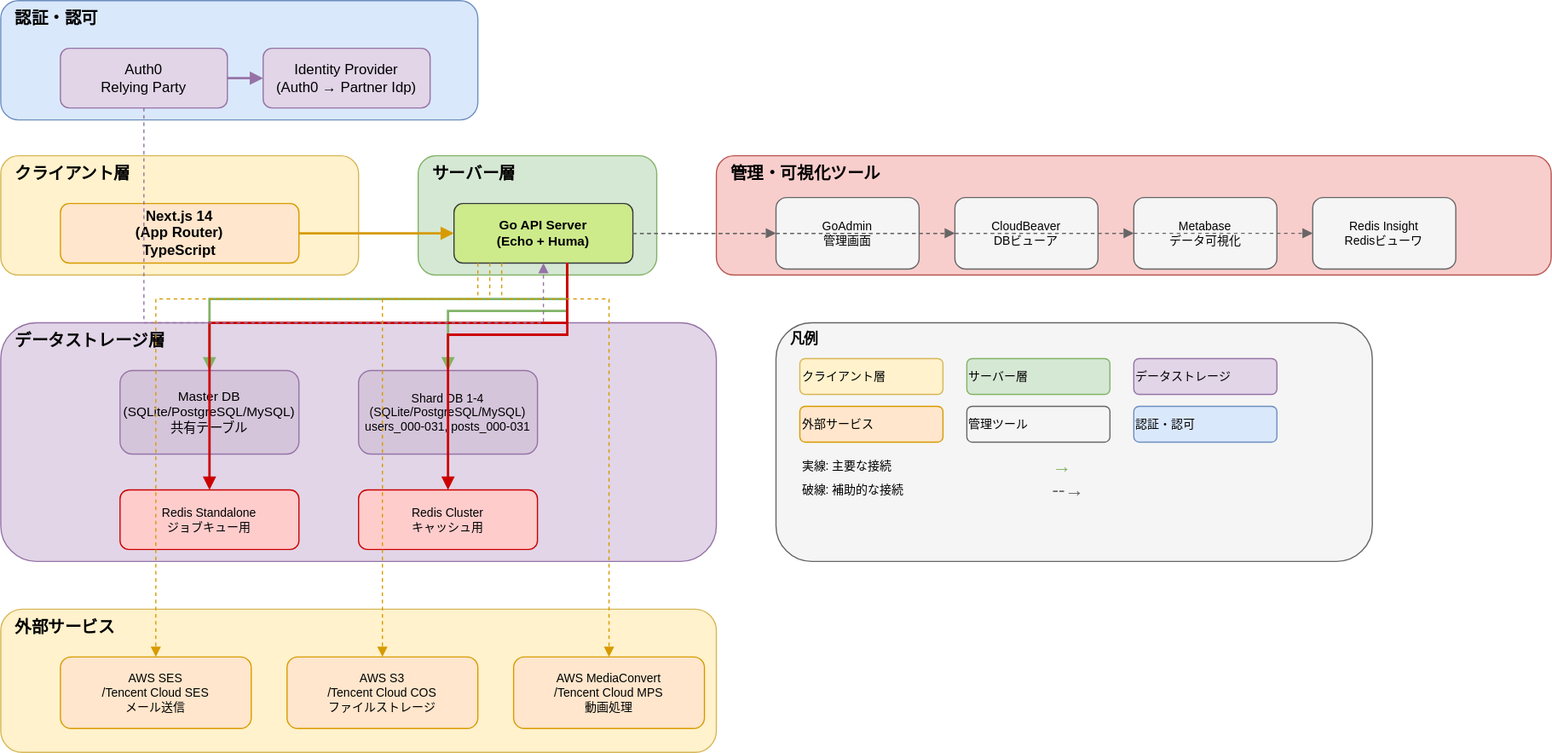
Above: docs/System-Configuration.drawio.svg in taku-o/go-webdb-template (draw.io), before the change. Source tidied: cells renumbered, new cells last; positions are measured from the earlier drawing's top-left corner, leaving out a move shared by most shapes. Its diagram source:
```xml
<mxGraphModel>
  <root>
    <mxCell id="0" />
    <mxCell id="1" parent="0" />
    <mxCell id="2" value="認証・認可" style="rounded=1;whiteSpace=wrap;html=1;fillColor=#dae8fc;strokeColor=#6c8ebf;verticalAlign=top;align=left;spacingLeft=10;fontStyle=1;fontSize=14;" parent="1" vertex="1">
      <mxGeometry width="400" height="100" as="geometry" />
    </mxCell>
    <mxCell id="3" value="Auth0&#10;Relying Party" style="rounded=1;whiteSpace=wrap;html=1;fillColor=#e1d5e7;strokeColor=#9673a6;align=center;verticalAlign=middle;" parent="1" vertex="1">
      <mxGeometry x="50" y="40" width="140" height="50" as="geometry" />
    </mxCell>
    <mxCell id="4" value="Identity Provider&lt;br&gt;(Auth0 → Partner Idp)" style="rounded=1;whiteSpace=wrap;html=1;fillColor=#e1d5e7;strokeColor=#9673a6;align=center;verticalAlign=middle;" parent="1" vertex="1">
      <mxGeometry x="220" y="40" width="140" height="50" as="geometry" />
    </mxCell>
    <mxCell id="5" style="edgeStyle=orthogonalEdgeStyle;rounded=0;jettySize=auto;html=1;strokeWidth=2;strokeColor=#9673a6;endArrow=block;endFill=1;" parent="1" edge="1" source="3" target="4">
      <mxGeometry relative="1" as="geometry" />
    </mxCell>
    <mxCell id="6" value="クライアント層" style="rounded=1;whiteSpace=wrap;html=1;fillColor=#fff2cc;strokeColor=#d6b656;verticalAlign=top;align=left;spacingLeft=10;fontStyle=1;fontSize=14;" parent="1" vertex="1">
      <mxGeometry y="130" width="300" height="100" as="geometry" />
    </mxCell>
    <mxCell id="7" value="Next.js 14&#10;(App Router)&#10;TypeScript" style="rounded=1;whiteSpace=wrap;html=1;fillColor=#ffe6cc;strokeColor=#d79b00;align=center;verticalAlign=middle;fontSize=12;fontStyle=1;" parent="1" vertex="1">
      <mxGeometry x="50" y="170" width="200" height="50" as="geometry" />
    </mxCell>
    <mxCell id="8" value="サーバー層" style="rounded=1;whiteSpace=wrap;html=1;fillColor=#d5e8d4;strokeColor=#82b366;verticalAlign=top;align=left;spacingLeft=10;fontStyle=1;fontSize=14;" parent="1" vertex="1">
      <mxGeometry x="350" y="130" width="200" height="100" as="geometry" />
    </mxCell>
    <mxCell id="9" value="Go API Server&#10;(Echo + Huma)" style="rounded=1;whiteSpace=wrap;html=1;fillColor=#cdeb8b;strokeColor=#36393d;align=center;verticalAlign=middle;fontSize=11;fontStyle=1;" parent="1" vertex="1">
      <mxGeometry x="380" y="170" width="150" height="50" as="geometry" />
    </mxCell>
    <mxCell id="10" style="edgeStyle=orthogonalEdgeStyle;rounded=0;jettySize=auto;html=1;strokeWidth=2;strokeColor=#d79b00;endArrow=block;endFill=1;" parent="1" edge="1" source="7" target="9">
      <mxGeometry relative="1" as="geometry" />
    </mxCell>
    <mxCell id="11" value="管理・可視化ツール" style="rounded=1;whiteSpace=wrap;html=1;fillColor=#f8cecc;strokeColor=#b85450;verticalAlign=top;align=left;spacingLeft=10;fontStyle=1;fontSize=14;" parent="1" vertex="1">
      <mxGeometry x="600" y="130" width="700" height="100" as="geometry" />
    </mxCell>
    <mxCell id="12" value="GoAdmin&#10;管理画面" style="rounded=1;whiteSpace=wrap;html=1;fillColor=#f5f5f5;strokeColor=#666666;align=center;verticalAlign=middle;fontSize=10;" parent="1" vertex="1">
      <mxGeometry x="650" y="165" width="120" height="60" as="geometry" />
    </mxCell>
    <mxCell id="13" value="CloudBeaver&#10;DBビューア" style="rounded=1;whiteSpace=wrap;html=1;fillColor=#f5f5f5;strokeColor=#666666;align=center;verticalAlign=middle;fontSize=10;" parent="1" vertex="1">
      <mxGeometry x="800" y="165" width="120" height="60" as="geometry" />
    </mxCell>
    <mxCell id="14" value="Metabase&#10;データ可視化" style="rounded=1;whiteSpace=wrap;html=1;fillColor=#f5f5f5;strokeColor=#666666;align=center;verticalAlign=middle;fontSize=10;" parent="1" vertex="1">
      <mxGeometry x="950" y="165" width="120" height="60" as="geometry" />
    </mxCell>
    <mxCell id="15" value="Redis Insight&lt;br&gt;Redisビューワ" style="rounded=1;whiteSpace=wrap;html=1;fillColor=#f5f5f5;strokeColor=#666666;align=center;verticalAlign=middle;fontSize=10;" parent="1" vertex="1">
      <mxGeometry x="1100" y="165" width="120" height="60" as="geometry" />
    </mxCell>
    <mxCell id="16" style="edgeStyle=orthogonalEdgeStyle;rounded=0;jettySize=auto;html=1;strokeWidth=1;strokeColor=#666666;dashed=1;endArrow=block;endFill=1;" parent="1" edge="1" source="9" target="12">
      <mxGeometry relative="1" as="geometry" />
    </mxCell>
    <mxCell id="17" style="edgeStyle=orthogonalEdgeStyle;rounded=0;jettySize=auto;html=1;strokeWidth=1;strokeColor=#666666;dashed=1;endArrow=block;endFill=1;" parent="1" edge="1" source="9" target="13">
      <mxGeometry relative="1" as="geometry" />
    </mxCell>
    <mxCell id="18" style="edgeStyle=orthogonalEdgeStyle;rounded=0;jettySize=auto;html=1;strokeWidth=1;strokeColor=#666666;dashed=1;endArrow=block;endFill=1;" parent="1" edge="1" source="9" target="14">
      <mxGeometry relative="1" as="geometry" />
    </mxCell>
    <mxCell id="19" style="edgeStyle=orthogonalEdgeStyle;rounded=0;jettySize=auto;html=1;strokeWidth=1;strokeColor=#666666;dashed=1;endArrow=block;endFill=1;" parent="1" edge="1" source="9" target="15">
      <mxGeometry relative="1" as="geometry" />
    </mxCell>
    <mxCell id="20" value="データストレージ層" style="rounded=1;whiteSpace=wrap;html=1;fillColor=#e1d5e7;strokeColor=#9673a6;verticalAlign=top;align=left;spacingLeft=10;fontStyle=1;fontSize=14;" parent="1" vertex="1">
      <mxGeometry y="270" width="600" height="200" as="geometry" />
    </mxCell>
    <mxCell id="21" value="Master DB&#10;(SQLite/PostgreSQL/MySQL)&#10;共有テーブル" style="rounded=1;whiteSpace=wrap;html=1;fillColor=#d5c5db;strokeColor=#9673a6;align=center;verticalAlign=middle;fontSize=11;" parent="1" vertex="1">
      <mxGeometry x="100" y="310" width="150" height="70" as="geometry" />
    </mxCell>
    <mxCell id="22" value="Shard DB 1-4&lt;br&gt;(SQLite/PostgreSQL/MySQL)&lt;br&gt;users_000-031, posts_000-031" style="rounded=1;whiteSpace=wrap;html=1;fillColor=#d5c5db;strokeColor=#9673a6;align=center;verticalAlign=middle;fontSize=10;" parent="1" vertex="1">
      <mxGeometry x="300" y="310" width="150" height="70" as="geometry" />
    </mxCell>
    <mxCell id="23" value="Redis Standalone&#10;ジョブキュー用" style="rounded=1;whiteSpace=wrap;html=1;fillColor=#ffcccc;strokeColor=#cc0000;align=center;verticalAlign=middle;fontSize=10;" parent="1" vertex="1">
      <mxGeometry x="100" y="410" width="150" height="50" as="geometry" />
    </mxCell>
    <mxCell id="24" value="Redis Cluster&lt;br&gt;キャッシュ用" style="rounded=1;whiteSpace=wrap;html=1;fillColor=#ffcccc;strokeColor=#cc0000;align=center;verticalAlign=middle;fontSize=10;" parent="1" vertex="1">
      <mxGeometry x="300" y="410" width="150" height="50" as="geometry" />
    </mxCell>
    <mxCell id="25" style="edgeStyle=orthogonalEdgeStyle;rounded=0;jettySize=auto;html=1;strokeWidth=2;strokeColor=#82b366;endArrow=block;endFill=1;" parent="1" edge="1" source="9" target="21">
      <mxGeometry relative="1" as="geometry">
        <Array as="points">
          <mxPoint x="475" y="250" />
          <mxPoint x="175" y="250" />
        </Array>
      </mxGeometry>
    </mxCell>
    <mxCell id="26" style="edgeStyle=orthogonalEdgeStyle;rounded=0;jettySize=auto;html=1;strokeWidth=2;strokeColor=#82b366;endArrow=block;endFill=1;" parent="1" edge="1" source="9" target="22">
      <mxGeometry relative="1" as="geometry">
        <Array as="points">
          <mxPoint x="475" y="260" />
          <mxPoint x="375" y="260" />
        </Array>
      </mxGeometry>
    </mxCell>
    <mxCell id="27" style="edgeStyle=orthogonalEdgeStyle;rounded=0;jettySize=auto;html=1;strokeWidth=2;strokeColor=#cc0000;endArrow=block;endFill=1;" parent="1" edge="1" source="9" target="23">
      <mxGeometry relative="1" as="geometry">
        <Array as="points">
          <mxPoint x="475" y="270" />
          <mxPoint x="175" y="270" />
        </Array>
      </mxGeometry>
    </mxCell>
    <mxCell id="28" style="edgeStyle=orthogonalEdgeStyle;rounded=0;jettySize=auto;html=1;strokeWidth=2;strokeColor=#cc0000;endArrow=block;endFill=1;" parent="1" edge="1" source="9" target="24">
      <mxGeometry relative="1" as="geometry">
        <Array as="points">
          <mxPoint x="475" y="280" />
          <mxPoint x="375" y="280" />
        </Array>
      </mxGeometry>
    </mxCell>
    <mxCell id="29" style="edgeStyle=orthogonalEdgeStyle;rounded=0;jettySize=auto;html=1;strokeWidth=1;strokeColor=#9673a6;dashed=1;endArrow=block;endFill=1;" parent="1" edge="1" source="3" target="9">
      <mxGeometry relative="1" as="geometry">
        <Array as="points">
          <mxPoint x="120" y="170" />
          <mxPoint x="120" y="270" />
          <mxPoint x="400" y="270" />
        </Array>
      </mxGeometry>
    </mxCell>
    <mxCell id="30" value="外部サービス" style="rounded=1;whiteSpace=wrap;html=1;fillColor=#fff2cc;strokeColor=#d6b656;verticalAlign=top;align=left;spacingLeft=10;fontStyle=1;fontSize=14;" parent="1" vertex="1">
      <mxGeometry y="510" width="600" height="120" as="geometry" />
    </mxCell>
    <mxCell id="31" value="AWS SES&lt;br&gt;/Tencent Cloud SES&lt;br&gt;メール送信" style="rounded=1;whiteSpace=wrap;html=1;fillColor=#ffe6cc;strokeColor=#d79b00;align=center;verticalAlign=middle;fontSize=10;" parent="1" vertex="1">
      <mxGeometry x="50" y="550" width="160" height="60" as="geometry" />
    </mxCell>
    <mxCell id="32" value="AWS S3&lt;br&gt;/Tencent Cloud COS&lt;br&gt;ファイルストレージ" style="rounded=1;whiteSpace=wrap;html=1;fillColor=#ffe6cc;strokeColor=#d79b00;align=center;verticalAlign=middle;fontSize=10;" parent="1" vertex="1">
      <mxGeometry x="240" y="550" width="160" height="60" as="geometry" />
    </mxCell>
    <mxCell id="33" value="AWS MediaConvert&lt;br&gt;/Tencent Cloud MPS&lt;br&gt;動画処理" style="rounded=1;whiteSpace=wrap;html=1;fillColor=#ffe6cc;strokeColor=#d79b00;align=center;verticalAlign=middle;fontSize=10;" parent="1" vertex="1">
      <mxGeometry x="430" y="550" width="160" height="60" as="geometry" />
    </mxCell>
    <mxCell id="34" style="edgeStyle=orthogonalEdgeStyle;rounded=0;jettySize=auto;html=1;strokeWidth=1;strokeColor=#d79b00;dashed=1;endArrow=block;endFill=1;" parent="1" edge="1" source="9" target="31">
      <mxGeometry relative="1" as="geometry">
        <Array as="points">
          <mxPoint x="400" y="250" />
          <mxPoint x="130" y="250" />
          <mxPoint x="130" y="550" />
        </Array>
      </mxGeometry>
    </mxCell>
    <mxCell id="35" style="edgeStyle=orthogonalEdgeStyle;rounded=0;jettySize=auto;html=1;strokeWidth=1;strokeColor=#d79b00;dashed=1;endArrow=block;endFill=1;" parent="1" edge="1" source="9" target="32">
      <mxGeometry relative="1" as="geometry">
        <Array as="points">
          <mxPoint x="410" y="250" />
          <mxPoint x="320" y="250" />
          <mxPoint x="320" y="550" />
        </Array>
      </mxGeometry>
    </mxCell>
    <mxCell id="36" style="edgeStyle=orthogonalEdgeStyle;rounded=0;jettySize=auto;html=1;strokeWidth=1;strokeColor=#d79b00;dashed=1;endArrow=block;endFill=1;" parent="1" edge="1" source="9" target="33">
      <mxGeometry relative="1" as="geometry">
        <Array as="points">
          <mxPoint x="420" y="250" />
          <mxPoint x="510" y="250" />
          <mxPoint x="510" y="550" />
        </Array>
      </mxGeometry>
    </mxCell>
    <mxCell id="37" value="凡例" style="rounded=1;whiteSpace=wrap;html=1;fillColor=#f5f5f5;strokeColor=#666666;verticalAlign=top;align=left;spacingLeft=10;fontStyle=1;fontSize=12;" parent="1" vertex="1">
      <mxGeometry x="650" y="270" width="500" height="200" as="geometry" />
    </mxCell>
    <mxCell id="38" value="クライアント層" style="rounded=1;whiteSpace=wrap;html=1;fillColor=#fff2cc;strokeColor=#d6b656;align=left;verticalAlign=middle;fontSize=10;" parent="1" vertex="1">
      <mxGeometry x="670" y="300" width="120" height="30" as="geometry" />
    </mxCell>
    <mxCell id="39" value="サーバー層" style="rounded=1;whiteSpace=wrap;html=1;fillColor=#d5e8d4;strokeColor=#82b366;align=left;verticalAlign=middle;fontSize=10;" parent="1" vertex="1">
      <mxGeometry x="810" y="300" width="120" height="30" as="geometry" />
    </mxCell>
    <mxCell id="40" value="データストレージ" style="rounded=1;whiteSpace=wrap;html=1;fillColor=#e1d5e7;strokeColor=#9673a6;align=left;verticalAlign=middle;fontSize=10;" parent="1" vertex="1">
      <mxGeometry x="950" y="300" width="120" height="30" as="geometry" />
    </mxCell>
    <mxCell id="41" value="外部サービス" style="rounded=1;whiteSpace=wrap;html=1;fillColor=#ffe6cc;strokeColor=#d79b00;align=left;verticalAlign=middle;fontSize=10;" parent="1" vertex="1">
      <mxGeometry x="670" y="340" width="120" height="30" as="geometry" />
    </mxCell>
    <mxCell id="42" value="管理ツール" style="rounded=1;whiteSpace=wrap;html=1;fillColor=#f5f5f5;strokeColor=#666666;align=left;verticalAlign=middle;fontSize=10;" parent="1" vertex="1">
      <mxGeometry x="810" y="340" width="120" height="30" as="geometry" />
    </mxCell>
    <mxCell id="43" value="認証・認可" style="rounded=1;whiteSpace=wrap;html=1;fillColor=#dae8fc;strokeColor=#6c8ebf;align=left;verticalAlign=middle;fontSize=10;" parent="1" vertex="1">
      <mxGeometry x="950" y="340" width="120" height="30" as="geometry" />
    </mxCell>
    <mxCell id="44" value="実線: 主要な接続" style="text;html=1;strokeColor=none;fillColor=none;align=left;verticalAlign=middle;whiteSpace=wrap;rounded=0;fontSize=10;" parent="1" vertex="1">
      <mxGeometry x="670" y="380" width="200" height="20" as="geometry" />
    </mxCell>
    <mxCell id="45" value="破線: 補助的な接続" style="text;html=1;strokeColor=none;fillColor=none;align=left;verticalAlign=middle;whiteSpace=wrap;rounded=0;fontSize=10;" parent="1" vertex="1">
      <mxGeometry x="670" y="400" width="200" height="20" as="geometry" />
    </mxCell>
    <mxCell id="46" value="→" style="text;html=1;strokeColor=none;fillColor=none;align=left;verticalAlign=middle;whiteSpace=wrap;rounded=0;fontSize=16;fontColor=#82b366;" parent="1" vertex="1">
      <mxGeometry x="880" y="380" width="30" height="20" as="geometry" />
    </mxCell>
    <mxCell id="47" value="--→" style="text;html=1;strokeColor=none;fillColor=none;align=left;verticalAlign=middle;whiteSpace=wrap;rounded=0;fontSize=16;fontColor=#666666;" parent="1" vertex="1">
      <mxGeometry x="880" y="400" width="30" height="20" as="geometry" />
    </mxCell>
  </root>
</mxGraphModel>
```
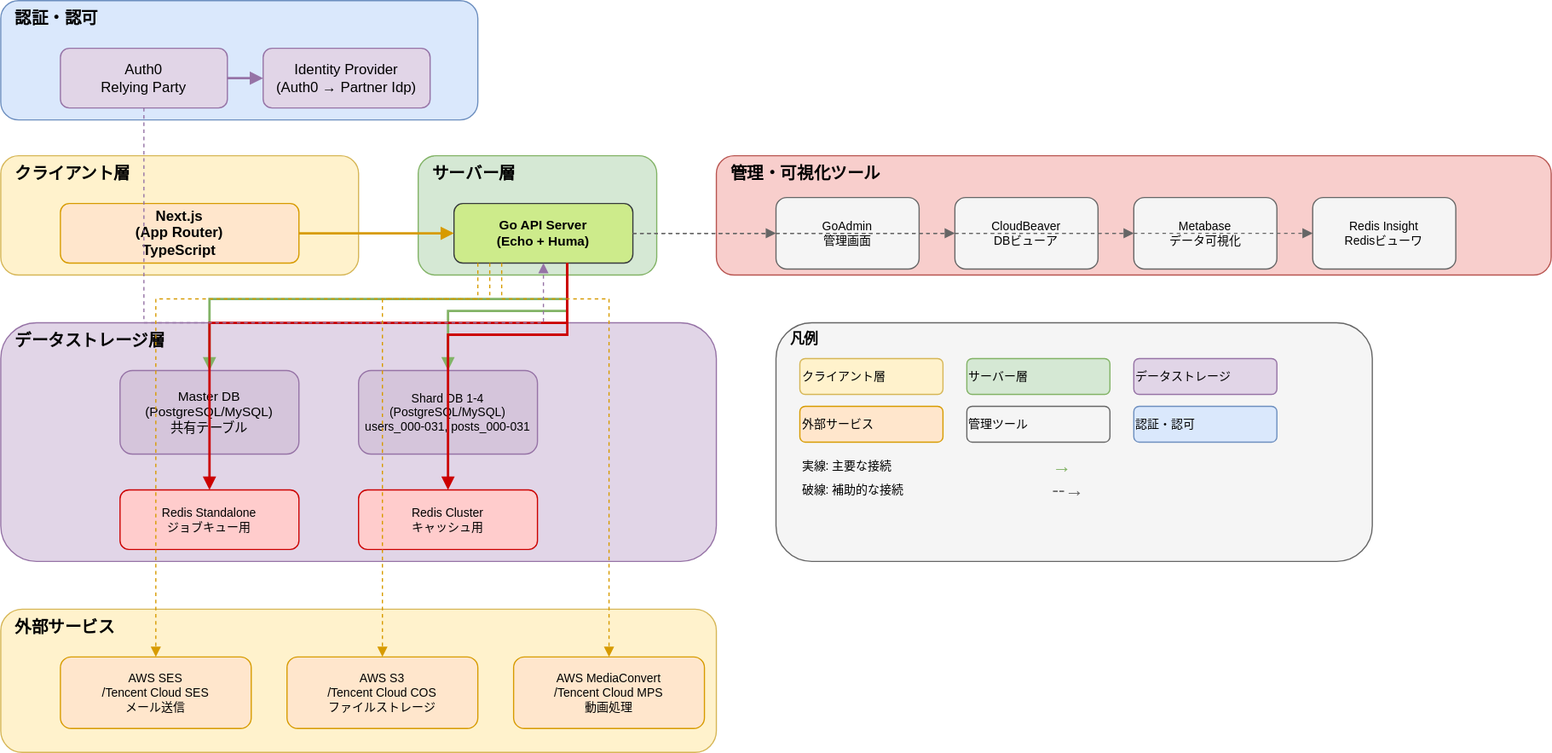
Above is the later version.

What changed in the source:
```diff
@@ -17,7 +17,7 @@
     <mxCell id="6" value="クライアント層" style="rounded=1;whiteSpace=wrap;html=1;fillColor=#fff2cc;strokeColor=#d6b656;verticalAlign=top;align=left;spacingLeft=10;fontStyle=1;fontSize=14;" parent="1" vertex="1">
       <mxGeometry y="130" width="300" height="100" as="geometry" />
     </mxCell>
-    <mxCell id="7" value="Next.js 14&#10;(App Router)&#10;TypeScript" style="rounded=1;whiteSpace=wrap;html=1;fillColor=#ffe6cc;strokeColor=#d79b00;align=center;verticalAlign=middle;fontSize=12;fontStyle=1;" parent="1" vertex="1">
+    <mxCell id="7" value="Next.js&lt;br&gt;(App Router)&lt;br&gt;TypeScript" style="rounded=1;whiteSpace=wrap;html=1;fillColor=#ffe6cc;strokeColor=#d79b00;align=center;verticalAlign=middle;fontSize=12;fontStyle=1;" parent="1" vertex="1">
       <mxGeometry x="50" y="170" width="200" height="50" as="geometry" />
     </mxCell>
     <mxCell id="8" value="サーバー層" style="rounded=1;whiteSpace=wrap;html=1;fillColor=#d5e8d4;strokeColor=#82b366;verticalAlign=top;align=left;spacingLeft=10;fontStyle=1;fontSize=14;" parent="1" vertex="1">
@@ -59,10 +59,10 @@
     <mxCell id="20" value="データストレージ層" style="rounded=1;whiteSpace=wrap;html=1;fillColor=#e1d5e7;strokeColor=#9673a6;verticalAlign=top;align=left;spacingLeft=10;fontStyle=1;fontSize=14;" parent="1" vertex="1">
       <mxGeometry y="270" width="600" height="200" as="geometry" />
     </mxCell>
-    <mxCell id="21" value="Master DB&#10;(SQLite/PostgreSQL/MySQL)&#10;共有テーブル" style="rounded=1;whiteSpace=wrap;html=1;fillColor=#d5c5db;strokeColor=#9673a6;align=center;verticalAlign=middle;fontSize=11;" parent="1" vertex="1">
+    <mxCell id="21" value="Master DB&lt;br&gt;(PostgreSQL/MySQL)&lt;br&gt;共有テーブル" style="rounded=1;whiteSpace=wrap;html=1;fillColor=#d5c5db;strokeColor=#9673a6;align=center;verticalAlign=middle;fontSize=11;" parent="1" vertex="1">
       <mxGeometry x="100" y="310" width="150" height="70" as="geometry" />
     </mxCell>
-    <mxCell id="22" value="Shard DB 1-4&lt;br&gt;(SQLite/PostgreSQL/MySQL)&lt;br&gt;users_000-031, posts_000-031" style="rounded=1;whiteSpace=wrap;html=1;fillColor=#d5c5db;strokeColor=#9673a6;align=center;verticalAlign=middle;fontSize=10;" parent="1" vertex="1">
+    <mxCell id="22" value="Shard DB 1-4&lt;br&gt;(PostgreSQL/MySQL)&lt;br&gt;users_000-031, posts_000-031" style="rounded=1;whiteSpace=wrap;html=1;fillColor=#d5c5db;strokeColor=#9673a6;align=center;verticalAlign=middle;fontSize=10;" parent="1" vertex="1">
       <mxGeometry x="300" y="310" width="150" height="70" as="geometry" />
     </mxCell>
     <mxCell id="23" value="Redis Standalone&#10;ジョブキュー用" style="rounded=1;whiteSpace=wrap;html=1;fillColor=#ffcccc;strokeColor=#cc0000;align=center;verticalAlign=middle;fontSize=10;" parent="1" vertex="1">
```
